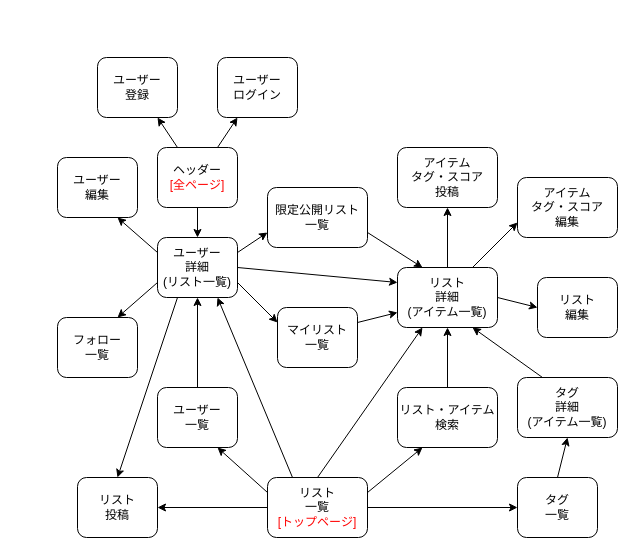
Above: PageTransition.dio in avocado-don/five_level_tagging (draw.io), before the change. Source tidied: cells renumbered, new cells numbered last; positions are measured from the earlier drawing's top-left corner, leaving out a move shared by most shapes. Both pictures are drawn from the tidied source at 100%, with x=0, y=0 at pixel (57, 57).
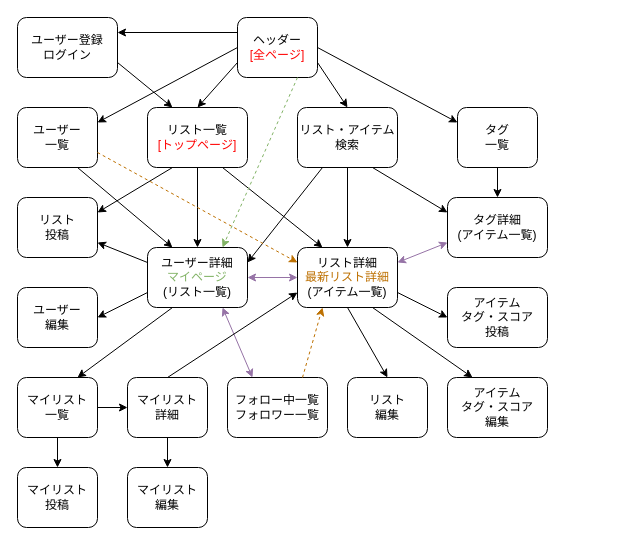
After the change.

What changed in the source:
```diff
@@
-    <mxCell id="2" value="ユーザー&lt;br&gt;登録" style="rounded=1;whiteSpace=wrap;html=1;" parent="1" vertex="1">
-      <mxGeometry x="40" width="80" height="60" as="geometry" />
+    <mxCell id="2" value="ユーザー登録&lt;br&gt;ログイン" style="rounded=1;whiteSpace=wrap;html=1;" parent="1" vertex="1">
+      <mxGeometry x="-40" y="-40" width="100" height="60" as="geometry" />
     </mxCell>
-    <mxCell id="3" style="edgeStyle=none;html=1;exitX=0.25;exitY=0;exitDx=0;exitDy=0;entryX=0.75;entryY=1;entryDx=0;entryDy=0;fontColor=#FF0000;" parent="1" edge="1" source="6" target="2">
-      <mxGeometry relative="1" as="geometry" />
-    </mxCell>
-    <mxCell id="4" style="edgeStyle=none;html=1;exitX=0.75;exitY=0;exitDx=0;exitDy=0;entryX=0.25;entryY=1;entryDx=0;entryDy=0;fontColor=#FF0000;" parent="1" edge="1" source="6" target="7">
-      <mxGeometry relative="1" as="geometry" />
-    </mxCell>
-    <mxCell id="5" style="edgeStyle=none;html=1;exitX=0.5;exitY=1;exitDx=0;exitDy=0;entryX=0.5;entryY=0;entryDx=0;entryDy=0;fontColor=#FF0000;" parent="1" edge="1" source="6" target="14">
-      <mxGeometry relative="1" as="geometry" />
-    </mxCell>
     <mxCell id="6" value="ヘッダー&lt;br&gt;&lt;font color=&quot;#ff0000&quot;&gt;[全ページ]&lt;/font&gt;" style="rounded=1;whiteSpace=wrap;html=1;" parent="1" vertex="1">
-      <mxGeometry x="100" y="90" width="80" height="60" as="geometry" />
+      <mxGeometry x="180" y="-40" width="80" height="60" as="geometry" />
     </mxCell>
-    <mxCell id="7" value="ユーザー&lt;br&gt;ログイン" style="rounded=1;whiteSpace=wrap;html=1;" parent="1" vertex="1">
-      <mxGeometry x="160" width="80" height="60" as="geometry" />
-    </mxCell>
-    <mxCell id="8" style="edgeStyle=none;html=1;exitX=0;exitY=0.25;exitDx=0;exitDy=0;entryX=0.75;entryY=1;entryDx=0;entryDy=0;fontColor=#FF0000;" parent="1" edge="1" source="14" target="15">
-      <mxGeometry relative="1" as="geometry" />
-    </mxCell>
-    <mxCell id="9" style="edgeStyle=none;html=1;exitX=0;exitY=0.75;exitDx=0;exitDy=0;entryX=0.75;entryY=0;entryDx=0;entryDy=0;fontColor=#FF0000;" parent="1" edge="1" source="14" target="16">
-      <mxGeometry relative="1" as="geometry" />
-    </mxCell>
-    <mxCell id="10" style="edgeStyle=none;html=1;exitX=1;exitY=0.5;exitDx=0;exitDy=0;entryX=0;entryY=0.25;entryDx=0;entryDy=0;fontColor=#FF0000;" parent="1" edge="1" source="14" target="36">
+    <mxCell id="10" style="edgeStyle=none;html=1;fontColor=#FF0000;startArrow=classic;startFill=1;fillColor=#e1d5e7;strokeColor=#9673a6;" parent="1" edge="1" source="14" target="36">
       <mxGeometry relative="1" as="geometry" />
     </mxCell>
-    <mxCell id="11" style="edgeStyle=none;html=1;exitX=0.25;exitY=1;exitDx=0;exitDy=0;entryX=0.5;entryY=0;entryDx=0;entryDy=0;fontColor=#FF0000;" parent="1" edge="1" source="14" target="32">
-      <mxGeometry relative="1" as="geometry" />
-    </mxCell>
-    <mxCell id="12" style="edgeStyle=none;html=1;exitX=1;exitY=0.75;exitDx=0;exitDy=0;entryX=0;entryY=0.25;entryDx=0;entryDy=0;fontColor=#FF0000;" parent="1" edge="1" source="14" target="18">
-      <mxGeometry relative="1" as="geometry" />
-    </mxCell>
-    <mxCell id="13" style="edgeStyle=none;html=1;exitX=1;exitY=0.25;exitDx=0;exitDy=0;entryX=0;entryY=0.75;entryDx=0;entryDy=0;fontColor=#FF0000;" parent="1" edge="1" source="14" target="20">
-      <mxGeometry relative="1" as="geometry" />
-    </mxCell>
-    <mxCell id="14" value="ユーザー&lt;br&gt;詳細&lt;br&gt;(リスト一覧)" style="rounded=1;whiteSpace=wrap;html=1;" parent="1" vertex="1">
-      <mxGeometry x="100" y="180" width="80" height="60" as="geometry" />
+    <mxCell id="14" value="ユーザー詳細&lt;br&gt;&lt;font style=&quot;&quot; color=&quot;#82b366&quot;&gt;マイページ&lt;/font&gt;&lt;br&gt;(リスト一覧)" style="rounded=1;whiteSpace=wrap;html=1;" parent="1" vertex="1">
+      <mxGeometry x="90" y="190" width="100" height="60" as="geometry" />
     </mxCell>
     <mxCell id="15" value="ユーザー&lt;br&gt;編集" style="rounded=1;whiteSpace=wrap;html=1;" parent="1" vertex="1">
-      <mxGeometry y="100" width="80" height="60" as="geometry" />
+      <mxGeometry x="-40" y="230" width="80" height="60" as="geometry" />
     </mxCell>
-    <mxCell id="16" value="フォロー&lt;br&gt;一覧" style="rounded=1;whiteSpace=wrap;html=1;" parent="1" vertex="1">
-      <mxGeometry y="260" width="80" height="60" as="geometry" />
+    <mxCell id="16" value="フォロー中一覧&lt;br&gt;フォロワー一覧" style="rounded=1;whiteSpace=wrap;html=1;" parent="1" vertex="1">
+      <mxGeometry x="170" y="320" width="100" height="60" as="geometry" />
     </mxCell>
-    <mxCell id="17" style="edgeStyle=none;html=1;exitX=1;exitY=0.25;exitDx=0;exitDy=0;entryX=0;entryY=0.75;entryDx=0;entryDy=0;fontColor=#FF0000;" parent="1" edge="1" source="18" target="36">
-      <mxGeometry relative="1" as="geometry" />
-    </mxCell>
     <mxCell id="18" value="マイリスト&lt;br&gt;一覧" style="rounded=1;whiteSpace=wrap;html=1;" parent="1" vertex="1">
-      <mxGeometry x="220" y="250" width="80" height="60" as="geometry" />
+      <mxGeometry x="-40" y="320" width="80" height="60" as="geometry" />
     </mxCell>
-    <mxCell id="19" style="edgeStyle=none;html=1;exitX=1;exitY=0.75;exitDx=0;exitDy=0;entryX=0.25;entryY=0;entryDx=0;entryDy=0;fontColor=#FF0000;" parent="1" edge="1" source="20" target="36">
-      <mxGeometry relative="1" as="geometry" />
-    </mxCell>
-    <mxCell id="20" value="限定公開リスト&lt;br&gt;一覧" style="rounded=1;whiteSpace=wrap;html=1;" parent="1" vertex="1">
-      <mxGeometry x="210" y="130" width="100" height="60" as="geometry" />
+    <mxCell id="20" value="マイリスト&lt;br&gt;詳細" style="rounded=1;whiteSpace=wrap;html=1;" parent="1" vertex="1">
+      <mxGeometry x="70" y="320" width="80" height="60" as="geometry" />
     </mxCell>
-    <mxCell id="21" style="edgeStyle=none;html=1;exitX=0.5;exitY=0;exitDx=0;exitDy=0;entryX=0.5;entryY=1;entryDx=0;entryDy=0;fontColor=#FF0000;" parent="1" edge="1" source="22" target="14">
-      <mxGeometry relative="1" as="geometry" />
-    </mxCell>
     <mxCell id="22" value="ユーザー&lt;br&gt;一覧" style="rounded=1;whiteSpace=wrap;html=1;" parent="1" vertex="1">
-      <mxGeometry x="100" y="330" width="80" height="60" as="geometry" />
+      <mxGeometry x="-40" y="50" width="80" height="60" as="geometry" />
     </mxCell>
-    <mxCell id="23" style="edgeStyle=none;html=1;exitX=0.5;exitY=0;exitDx=0;exitDy=0;entryX=0.5;entryY=1;entryDx=0;entryDy=0;fontColor=#FF0000;" parent="1" edge="1" source="24" target="36">
-      <mxGeometry relative="1" as="geometry" />
-    </mxCell>
     <mxCell id="24" value="リスト・アイテム&lt;br&gt;検索" style="rounded=1;whiteSpace=wrap;html=1;" parent="1" vertex="1">
-      <mxGeometry x="340" y="330" width="100" height="60" as="geometry" />
+      <mxGeometry x="240" y="50" width="100" height="60" as="geometry" />
     </mxCell>
-    <mxCell id="25" style="edgeStyle=none;html=1;exitX=0;exitY=0.25;exitDx=0;exitDy=0;entryX=0.75;entryY=1;entryDx=0;entryDy=0;fontColor=#FF0000;" parent="1" edge="1" source="31" target="22">
-      <mxGeometry relative="1" as="geometry" />
-    </mxCell>
-    <mxCell id="26" style="edgeStyle=none;html=1;exitX=0;exitY=0.5;exitDx=0;exitDy=0;entryX=1;entryY=0.5;entryDx=0;entryDy=0;fontColor=#FF0000;" parent="1" edge="1" source="31" target="32">
-      <mxGeometry relative="1" as="geometry" />
-    </mxCell>
-    <mxCell id="27" style="edgeStyle=none;html=1;exitX=0.5;exitY=0;exitDx=0;exitDy=0;entryX=0.25;entryY=1;entryDx=0;entryDy=0;fontColor=#FF0000;" parent="1" edge="1" source="31" target="36">
-      <mxGeometry relative="1" as="geometry" />
-    </mxCell>
-    <mxCell id="28" style="edgeStyle=none;html=1;exitX=1;exitY=0.25;exitDx=0;exitDy=0;entryX=0.25;entryY=1;entryDx=0;entryDy=0;fontColor=#FF0000;" parent="1" edge="1" source="31" target="24">
-      <mxGeometry relative="1" as="geometry" />
-    </mxCell>
-    <mxCell id="29" style="edgeStyle=none;html=1;exitX=1;exitY=0.5;exitDx=0;exitDy=0;entryX=0;entryY=0.5;entryDx=0;entryDy=0;fontColor=#FF0000;" parent="1" edge="1" source="31" target="39">
-      <mxGeometry relative="1" as="geometry" />
-    </mxCell>
-    <mxCell id="30" style="edgeStyle=none;html=1;exitX=0.25;exitY=0;exitDx=0;exitDy=0;entryX=0.75;entryY=1;entryDx=0;entryDy=0;fontColor=#FF0000;" parent="1" edge="1" source="31" target="14">
-      <mxGeometry relative="1" as="geometry" />
-    </mxCell>
-    <mxCell id="31" value="リスト&lt;br&gt;一覧&lt;br&gt;&lt;font color=&quot;#ff0000&quot;&gt;[トップページ]&lt;/font&gt;" style="rounded=1;whiteSpace=wrap;html=1;" parent="1" vertex="1">
-      <mxGeometry x="210" y="420" width="100" height="60" as="geometry" />
+    <mxCell id="31" value="リスト一覧&lt;br&gt;&lt;font color=&quot;#ff0000&quot;&gt;[トップページ]&lt;/font&gt;" style="rounded=1;whiteSpace=wrap;html=1;" parent="1" vertex="1">
+      <mxGeometry x="90" y="50" width="100" height="60" as="geometry" />
     </mxCell>
     <mxCell id="32" value="リスト&lt;br&gt;投稿" style="rounded=1;whiteSpace=wrap;html=1;" parent="1" vertex="1">
-      <mxGeometry x="20" y="420" width="80" height="60" as="geometry" />
+      <mxGeometry x="-40" y="140" width="80" height="60" as="geometry" />
     </mxCell>
-    <mxCell id="33" style="edgeStyle=none;html=1;exitX=0.5;exitY=0;exitDx=0;exitDy=0;entryX=0.5;entryY=1;entryDx=0;entryDy=0;fontColor=#FF0000;" parent="1" edge="1" source="36" target="42">
-      <mxGeometry relative="1" as="geometry" />
-    </mxCell>
-    <mxCell id="34" style="edgeStyle=none;html=1;exitX=1;exitY=0.5;exitDx=0;exitDy=0;entryX=0;entryY=0.5;entryDx=0;entryDy=0;fontColor=#FF0000;" parent="1" edge="1" source="36" target="37">
-      <mxGeometry relative="1" as="geometry" />
-    </mxCell>
-    <mxCell id="35" style="edgeStyle=none;html=1;exitX=0.75;exitY=0;exitDx=0;exitDy=0;entryX=0;entryY=0.75;entryDx=0;entryDy=0;fontColor=#FF0000;" parent="1" edge="1" source="36" target="43">
-      <mxGeometry relative="1" as="geometry" />
-    </mxCell>
-    <mxCell id="36" value="リスト&lt;br&gt;詳細&lt;br&gt;(アイテム一覧)" style="rounded=1;whiteSpace=wrap;html=1;" parent="1" vertex="1">
-      <mxGeometry x="340" y="210" width="100" height="60" as="geometry" />
+    <mxCell id="36" value="リスト詳細&lt;br&gt;&lt;font style=&quot;&quot; color=&quot;#bd7000&quot;&gt;最新リスト詳細&lt;/font&gt;&lt;br&gt;(アイテム一覧)" style="rounded=1;whiteSpace=wrap;html=1;" parent="1" vertex="1">
+      <mxGeometry x="240" y="190" width="100" height="60" as="geometry" />
     </mxCell>
     <mxCell id="37" value="リスト&lt;br&gt;編集" style="rounded=1;whiteSpace=wrap;html=1;" parent="1" vertex="1">
-      <mxGeometry x="480" y="220" width="80" height="60" as="geometry" />
+      <mxGeometry x="290" y="320" width="80" height="60" as="geometry" />
     </mxCell>
-    <mxCell id="38" style="edgeStyle=none;html=1;exitX=0.5;exitY=0;exitDx=0;exitDy=0;entryX=0.5;entryY=1;entryDx=0;entryDy=0;fontColor=#FF0000;" parent="1" edge="1" source="39" target="41">
-      <mxGeometry relative="1" as="geometry" />
-    </mxCell>
     <mxCell id="39" value="タグ&lt;br&gt;一覧" style="rounded=1;whiteSpace=wrap;html=1;" parent="1" vertex="1">
-      <mxGeometry x="460" y="420" width="80" height="60" as="geometry" />
+      <mxGeometry x="400" y="50" width="80" height="60" as="geometry" />
     </mxCell>
-    <mxCell id="40" style="edgeStyle=none;html=1;exitX=0.25;exitY=0;exitDx=0;exitDy=0;entryX=0.75;entryY=1;entryDx=0;entryDy=0;fontColor=#FF0000;" parent="1" edge="1" source="41" target="36">
+    <mxCell id="40" style="edgeStyle=none;html=1;fontColor=#FF0000;exitX=0;exitY=0.75;exitDx=0;exitDy=0;entryX=1;entryY=0.25;entryDx=0;entryDy=0;startArrow=classic;startFill=1;fillColor=#e1d5e7;strokeColor=#9673a6;" parent="1" edge="1" source="41" target="36">
       <mxGeometry relative="1" as="geometry" />
     </mxCell>
-    <mxCell id="41" value="タグ&lt;br&gt;詳細&lt;br&gt;(アイテム一覧)" style="rounded=1;whiteSpace=wrap;html=1;" parent="1" vertex="1">
-      <mxGeometry x="460" y="320" width="100" height="60" as="geometry" />
+    <mxCell id="41" value="タグ詳細&lt;br&gt;(アイテム一覧)" style="rounded=1;whiteSpace=wrap;html=1;" parent="1" vertex="1">
+      <mxGeometry x="390" y="140" width="100" height="60" as="geometry" />
     </mxCell>
     <mxCell id="42" value="アイテム&lt;br&gt;タグ・スコア&lt;br&gt;投稿" style="rounded=1;whiteSpace=wrap;html=1;" parent="1" vertex="1">
-      <mxGeometry x="340" y="90" width="100" height="60" as="geometry" />
+      <mxGeometry x="390" y="230" width="100" height="60" as="geometry" />
     </mxCell>
     <mxCell id="43" value="アイテム&lt;br&gt;タグ・スコア&lt;br&gt;編集" style="rounded=1;whiteSpace=wrap;html=1;" parent="1" vertex="1">
-      <mxGeometry x="460" y="120" width="100" height="60" as="geometry" />
+      <mxGeometry x="390" y="320" width="100" height="60" as="geometry" />
     </mxCell>
+    <mxCell id="30" style="edgeStyle=none;html=1;exitX=0.5;exitY=1;exitDx=0;exitDy=0;entryX=0.5;entryY=0;entryDx=0;entryDy=0;fontColor=#FF0000;" parent="1" edge="1" source="31" target="14">
+      <mxGeometry relative="1" as="geometry" />
+    </mxCell>
+    <mxCell id="26" style="edgeStyle=none;html=1;exitX=0.25;exitY=1;exitDx=0;exitDy=0;entryX=1;entryY=0.25;entryDx=0;entryDy=0;fontColor=#FF0000;" parent="1" edge="1" source="31" target="32">
+      <mxGeometry relative="1" as="geometry" />
+    </mxCell>
+    <mxCell id="11" style="edgeStyle=none;html=1;exitX=0;exitY=0.25;exitDx=0;exitDy=0;entryX=1;entryY=0.75;entryDx=0;entryDy=0;fontColor=#FF0000;" parent="1" edge="1" source="14" target="32">
+      <mxGeometry relative="1" as="geometry" />
+    </mxCell>
+    <mxCell id="21" style="edgeStyle=none;html=1;exitX=0.75;exitY=1;exitDx=0;exitDy=0;entryX=0.25;entryY=0;entryDx=0;entryDy=0;fontColor=#FF0000;" parent="1" edge="1" source="22" target="14">
+      <mxGeometry relative="1" as="geometry" />
+    </mxCell>
+    <mxCell id="23" style="edgeStyle=none;html=1;entryX=0.5;entryY=0;entryDx=0;entryDy=0;fontColor=#FF0000;exitX=0.5;exitY=1;exitDx=0;exitDy=0;" parent="1" edge="1" source="24" target="36">
+      <mxGeometry relative="1" as="geometry" />
+    </mxCell>
+    <mxCell id="38" style="edgeStyle=none;html=1;exitX=0.5;exitY=1;exitDx=0;exitDy=0;entryX=0.5;entryY=0;entryDx=0;entryDy=0;fontColor=#FF0000;" parent="1" edge="1" source="39" target="41">
+      <mxGeometry relative="1" as="geometry" />
+    </mxCell>
+    <mxCell id="27" style="edgeStyle=none;html=1;exitX=0.75;exitY=1;exitDx=0;exitDy=0;entryX=0.25;entryY=0;entryDx=0;entryDy=0;fontColor=#FF0000;" parent="1" edge="1" source="31" target="36">
+      <mxGeometry relative="1" as="geometry" />
+    </mxCell>
+    <mxCell id="8" style="edgeStyle=none;html=1;exitX=0;exitY=0.75;exitDx=0;exitDy=0;entryX=1;entryY=0.5;entryDx=0;entryDy=0;fontColor=#FF0000;" parent="1" edge="1" source="14" target="15">
+      <mxGeometry relative="1" as="geometry" />
+    </mxCell>
+    <mxCell id="9" style="edgeStyle=none;html=1;exitX=0.75;exitY=1;exitDx=0;exitDy=0;entryX=0.25;entryY=0;entryDx=0;entryDy=0;fontColor=#FF0000;startArrow=classic;startFill=1;fillColor=#e1d5e7;strokeColor=#9673a6;" parent="1" edge="1" source="14" target="16">
+      <mxGeometry relative="1" as="geometry" />
+    </mxCell>
+    <mxCell id="12" style="edgeStyle=none;html=1;entryX=0.75;entryY=0;entryDx=0;entryDy=0;fontColor=#FF0000;exitX=0.25;exitY=1;exitDx=0;exitDy=0;" parent="1" edge="1" source="14" target="18">
+      <mxGeometry relative="1" as="geometry" />
+    </mxCell>
+    <mxCell id="44" style="edgeStyle=none;html=1;exitX=1;exitY=0.5;exitDx=0;exitDy=0;entryX=0;entryY=0.5;entryDx=0;entryDy=0;fontColor=#FF0000;" parent="1" edge="1" source="18" target="20">
+      <mxGeometry relative="1" as="geometry" />
+    </mxCell>
+    <mxCell id="19" style="edgeStyle=none;html=1;exitX=0.5;exitY=0;exitDx=0;exitDy=0;entryX=0;entryY=0.75;entryDx=0;entryDy=0;fontColor=#FF0000;" parent="1" edge="1" source="20" target="36">
+      <mxGeometry relative="1" as="geometry" />
+    </mxCell>
+    <mxCell id="33" style="edgeStyle=none;html=1;exitX=1;exitY=0.75;exitDx=0;exitDy=0;entryX=0;entryY=0.5;entryDx=0;entryDy=0;fontColor=#FF0000;" parent="1" edge="1" source="36" target="42">
+      <mxGeometry relative="1" as="geometry" />
+    </mxCell>
+    <mxCell id="35" style="edgeStyle=none;html=1;exitX=0.75;exitY=1;exitDx=0;exitDy=0;entryX=0.25;entryY=0;entryDx=0;entryDy=0;fontColor=#FF0000;" parent="1" edge="1" source="36" target="43">
+      <mxGeometry relative="1" as="geometry" />
+    </mxCell>
+    <mxCell id="34" style="edgeStyle=none;html=1;fontColor=#FF0000;exitX=0.5;exitY=1;exitDx=0;exitDy=0;entryX=0.5;entryY=0;entryDx=0;entryDy=0;" parent="1" edge="1" source="36" target="37">
+      <mxGeometry relative="1" as="geometry" />
+    </mxCell>
+    <mxCell id="45" style="edgeStyle=none;html=1;entryX=1;entryY=0.25;entryDx=0;entryDy=0;fontColor=#FF0000;exitX=0.25;exitY=1;exitDx=0;exitDy=0;" parent="1" edge="1" source="24" target="14">
+      <mxGeometry relative="1" as="geometry" />
+    </mxCell>
+    <mxCell id="46" style="edgeStyle=none;html=1;exitX=0.75;exitY=1;exitDx=0;exitDy=0;entryX=0;entryY=0.25;entryDx=0;entryDy=0;fontColor=#FF0000;" parent="1" edge="1" source="24" target="41">
+      <mxGeometry relative="1" as="geometry" />
+    </mxCell>
+    <mxCell id="47" style="edgeStyle=none;html=1;exitX=0;exitY=0.75;exitDx=0;exitDy=0;entryX=0.5;entryY=0;entryDx=0;entryDy=0;fontColor=#FF0000;" parent="1" edge="1" source="6" target="31">
+      <mxGeometry relative="1" as="geometry" />
+    </mxCell>
+    <mxCell id="48" style="edgeStyle=none;html=1;exitX=1;exitY=0.75;exitDx=0;exitDy=0;entryX=0.5;entryY=0;entryDx=0;entryDy=0;fontColor=#FF0000;" parent="1" edge="1" source="6" target="24">
+      <mxGeometry relative="1" as="geometry" />
+    </mxCell>
+    <mxCell id="49" style="edgeStyle=none;html=1;exitX=0;exitY=0.5;exitDx=0;exitDy=0;entryX=1;entryY=0.25;entryDx=0;entryDy=0;fontColor=#FF0000;" parent="1" edge="1" source="6" target="22">
+      <mxGeometry relative="1" as="geometry" />
+    </mxCell>
+    <mxCell id="50" style="edgeStyle=none;html=1;exitX=1;exitY=0.5;exitDx=0;exitDy=0;entryX=0;entryY=0.25;entryDx=0;entryDy=0;fontColor=#FF0000;" parent="1" edge="1" source="6" target="39">
+      <mxGeometry relative="1" as="geometry" />
+    </mxCell>
+    <mxCell id="3" style="edgeStyle=none;html=1;exitX=0;exitY=0.25;exitDx=0;exitDy=0;entryX=1;entryY=0.25;entryDx=0;entryDy=0;fontColor=#FF0000;" parent="1" edge="1" source="6" target="2">
+      <mxGeometry relative="1" as="geometry" />
+    </mxCell>
+    <mxCell id="51" style="edgeStyle=none;html=1;exitX=1;exitY=0.75;exitDx=0;exitDy=0;entryX=0.25;entryY=0;entryDx=0;entryDy=0;fontColor=#FF0000;" parent="1" edge="1" source="2" target="31">
+      <mxGeometry relative="1" as="geometry" />
+    </mxCell>
+    <mxCell id="52" style="edgeStyle=none;html=1;exitX=1;exitY=0.75;exitDx=0;exitDy=0;fontColor=#FF0000;dashed=1;fillColor=#f0a30a;strokeColor=#BD7000;entryX=0;entryY=0.25;entryDx=0;entryDy=0;" parent="1" edge="1" source="22" target="36">
+      <mxGeometry relative="1" as="geometry" />
+    </mxCell>
+    <mxCell id="53" style="edgeStyle=none;html=1;exitX=0.75;exitY=0;exitDx=0;exitDy=0;fontColor=#FF0000;dashed=1;fillColor=#f0a30a;strokeColor=#BD7000;entryX=0.25;entryY=1;entryDx=0;entryDy=0;" parent="1" edge="1" source="16" target="36">
+      <mxGeometry relative="1" as="geometry" />
+    </mxCell>
+    <mxCell id="5" style="edgeStyle=none;html=1;exitX=0.75;exitY=1;exitDx=0;exitDy=0;fontColor=#FF0000;dashed=1;fillColor=#d5e8d4;strokeColor=#82b366;entryX=0.75;entryY=0;entryDx=0;entryDy=0;" parent="1" edge="1" source="6" target="14">
+      <mxGeometry relative="1" as="geometry" />
+    </mxCell>
+    <mxCell id="54" value="マイリスト&lt;br&gt;投稿" style="rounded=1;whiteSpace=wrap;html=1;" parent="1" vertex="1">
+      <mxGeometry x="-40" y="410" width="80" height="60" as="geometry" />
+    </mxCell>
+    <mxCell id="55" value="マイリスト&lt;br&gt;編集" style="rounded=1;whiteSpace=wrap;html=1;" parent="1" vertex="1">
+      <mxGeometry x="70" y="410" width="80" height="60" as="geometry" />
+    </mxCell>
+    <mxCell id="56" style="edgeStyle=none;html=1;exitX=0.5;exitY=1;exitDx=0;exitDy=0;entryX=0.5;entryY=0;entryDx=0;entryDy=0;fontColor=#FF0000;" parent="1" edge="1" source="18" target="54">
+      <mxGeometry relative="1" as="geometry" />
+    </mxCell>
+    <mxCell id="57" style="edgeStyle=none;html=1;exitX=0.5;exitY=1;exitDx=0;exitDy=0;entryX=0.5;entryY=0;entryDx=0;entryDy=0;fontColor=#FF0000;" parent="1" edge="1" source="20" target="55">
+      <mxGeometry relative="1" as="geometry" />
+    </mxCell>
```
